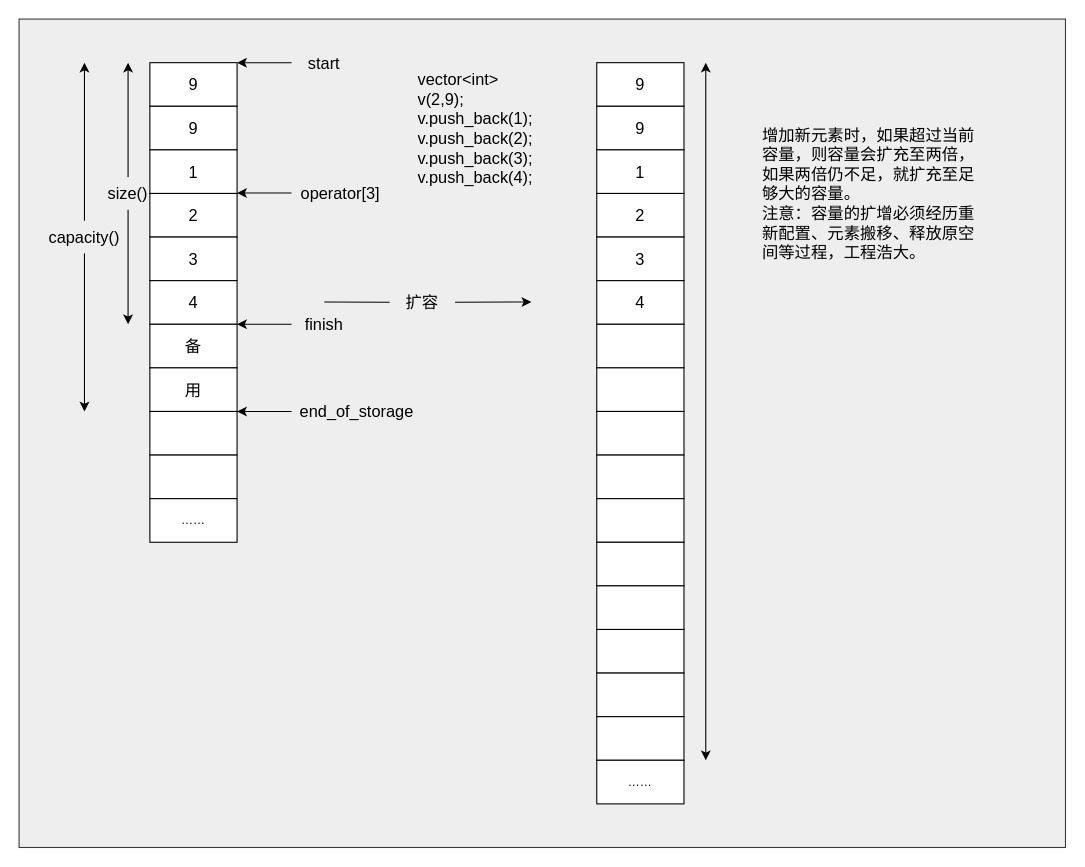
This is 7.vector/1.drawio from CoderJPLuna/CPP_NOTE, a draw.io file, before an edit. Source tidied: cells renumbered, new cells numbered last; positions are measured from the earlier drawing's top-left corner, leaving out a move shared by most shapes. Both pictures are drawn from the tidied source at 109%, with x=0, y=0 at pixel (19, 19).
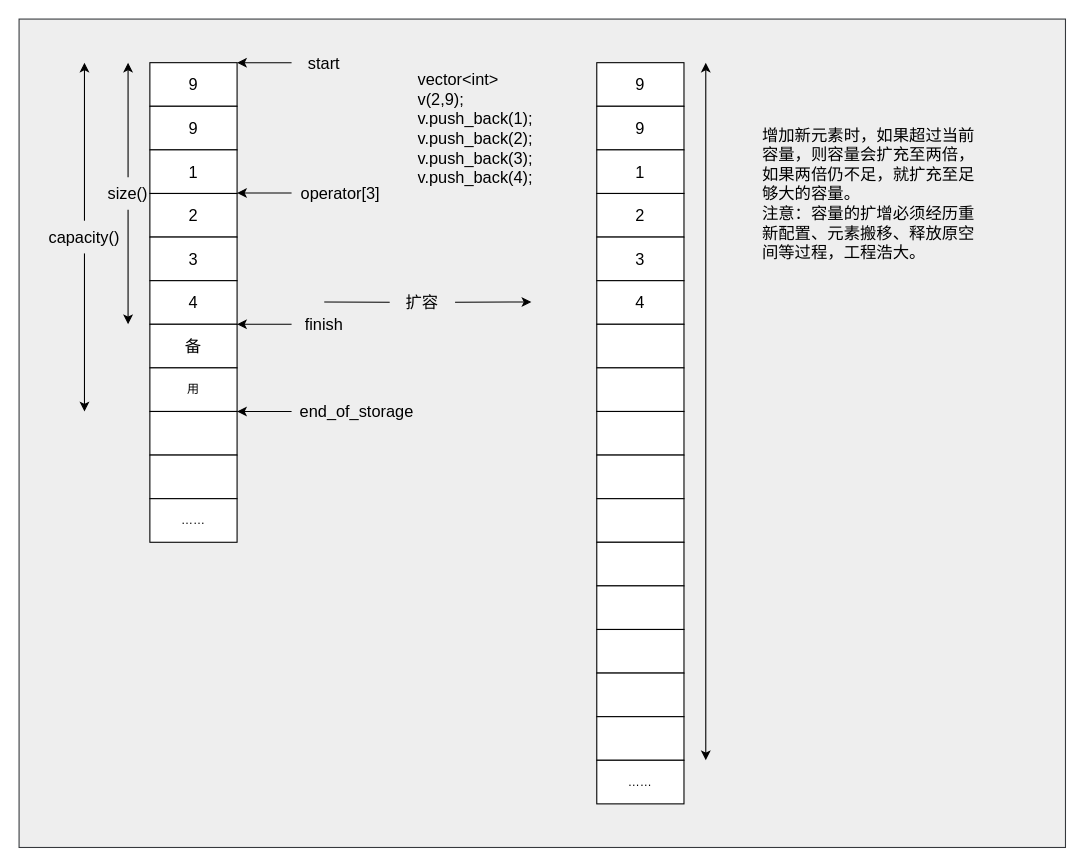
The same page after the edit.

Change to the diagram source:
```diff
@@
-    <mxCell id="10" value="&lt;font style=&quot;font-size: 15px;&quot;&gt;用&lt;/font&gt;" style="rounded=0;whiteSpace=wrap;html=1;align=center;" parent="1" vertex="1">
+    <mxCell id="10" value="&lt;font style=&quot;font-size: 11px;&quot;&gt;用&lt;/font&gt;" style="rounded=0;whiteSpace=wrap;html=1;align=center;" parent="1" vertex="1">
       <mxGeometry x="120" y="320" width="80" height="40" as="geometry" />
     </mxCell>
```
